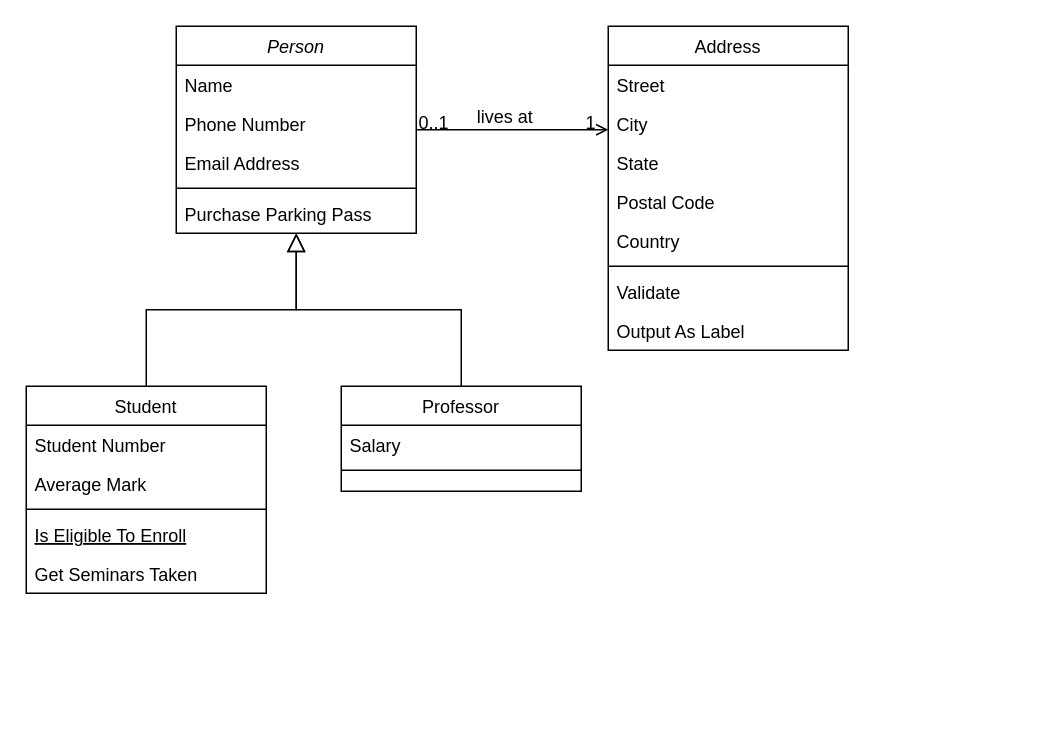
Above: SistemaReservacionesHotel.drawio in GabrielCevallos/SistemaReservacionesHotel (draw.io), before the change. Source tidied: cells renumbered, new cells numbered last; positions are measured from the earlier drawing's top-left corner, leaving out a move shared by most shapes. Both pictures are drawn from the tidied source at 150%, with x=0, y=0 at pixel (26, 26).
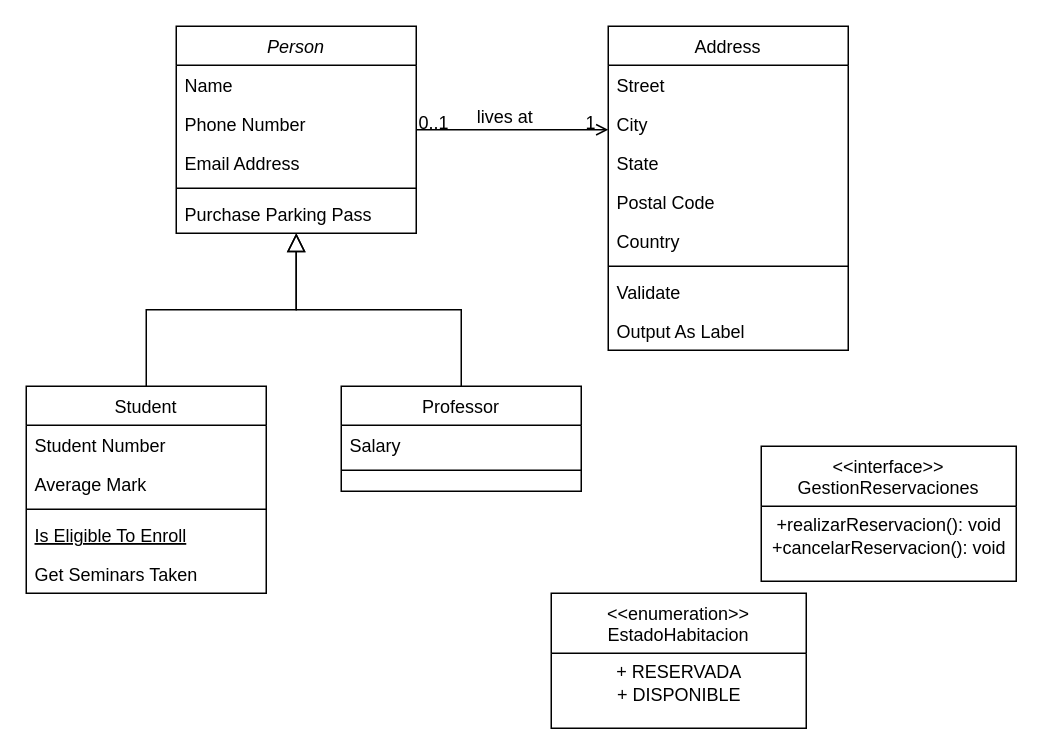
The same diagram, later.

Commit message:
interface_enumeracion

Change to the diagram source:
```diff
@@
+    <mxCell id="32" value="&lt;&lt;interface&gt;&gt;&#10;GestionReservaciones" style="swimlane;fontStyle=0;align=center;verticalAlign=top;horizontal=1;startSize=40;rounded=0;shadow=0;strokeWidth=1;" parent="1" vertex="1">
+      <mxGeometry x="490" y="280" width="170" height="90" as="geometry" />
+    </mxCell>
+    <mxCell id="33" value="+realizarReservacion(): void&lt;div&gt;+cancelarReservacion(): void&lt;/div&gt;" style="text;html=1;align=center;verticalAlign=middle;strokeColor=none;fillColor=none;" parent="32" vertex="1">
+      <mxGeometry y="40" width="170" height="40" as="geometry" />
+    </mxCell>
+    <mxCell id="34" value="&lt;&lt;enumeration&gt;&gt;&#10;EstadoHabitacion" style="swimlane;fontStyle=0;align=center;verticalAlign=top;horizontal=1;startSize=40;rounded=0;shadow=0;strokeWidth=1;" parent="1" vertex="1">
+      <mxGeometry x="350" y="378" width="170" height="90" as="geometry" />
+    </mxCell>
+    <mxCell id="35" value="+ RESERVADA&lt;div&gt;+ DISPONIBLE&lt;/div&gt;" style="text;html=1;align=center;verticalAlign=middle;strokeColor=none;fillColor=none;" parent="34" vertex="1">
+      <mxGeometry y="40" width="170" height="40" as="geometry" />
+    </mxCell>
```
